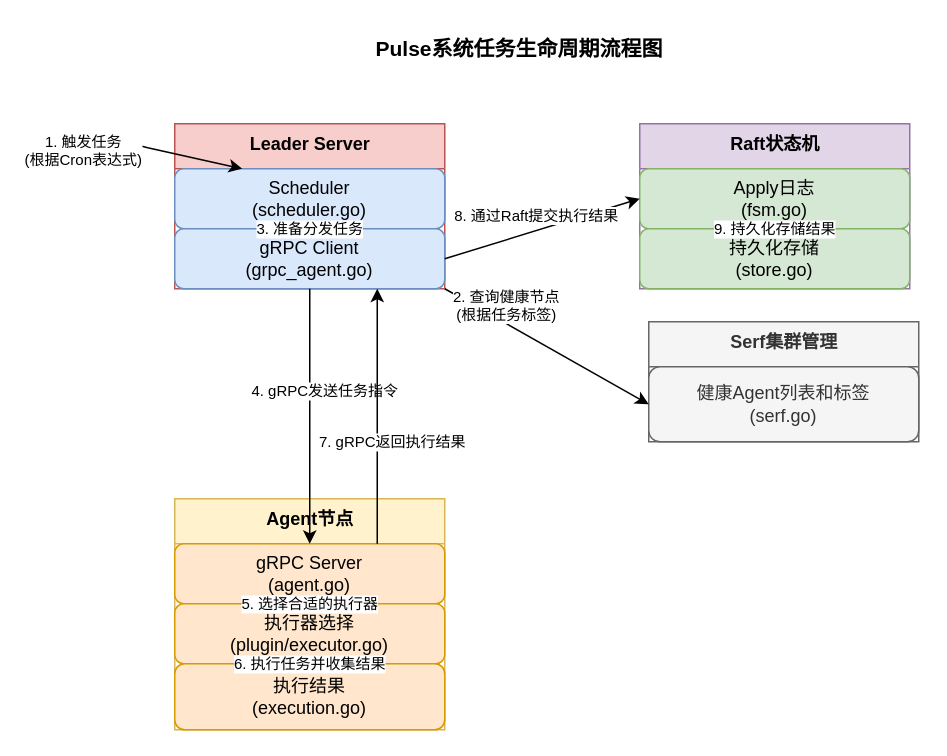
Earlier version of the draw.io diagram projects/任务生命周期.drawio (hanzug/draw.io). Source tidied: cells renumbered, new cells numbered last; positions are measured from the earlier drawing's top-left corner, leaving out a move shared by most shapes. Both pictures are drawn from the tidied source at 150%, with x=0, y=0 at pixel (82, 26).
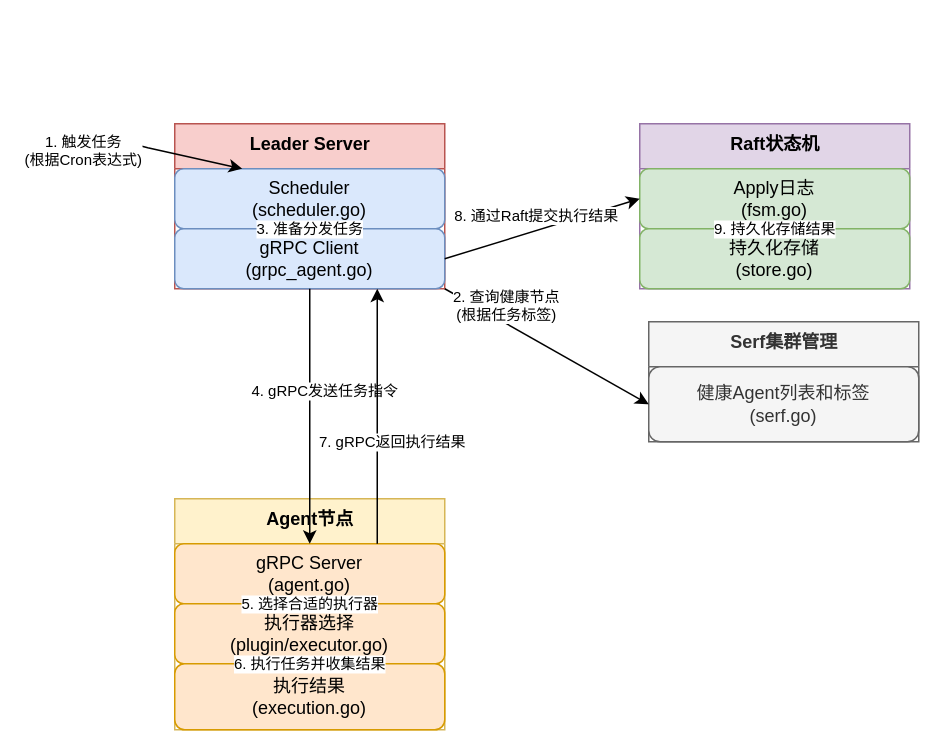
The same diagram, later.

Commit message:
更新任务生命周期.drawio

What changed in the source:
```diff
@@
-    <mxCell id="23" value="Pulse系统任务生命周期流程图" style="text;html=1;strokeColor=none;fillColor=none;align=center;verticalAlign=middle;whiteSpace=wrap;rounded=0;fontSize=14;fontStyle=1;" parent="1" vertex="1">
-      <mxGeometry x="151" width="280" height="30" as="geometry" />
-    </mxCell>
```
